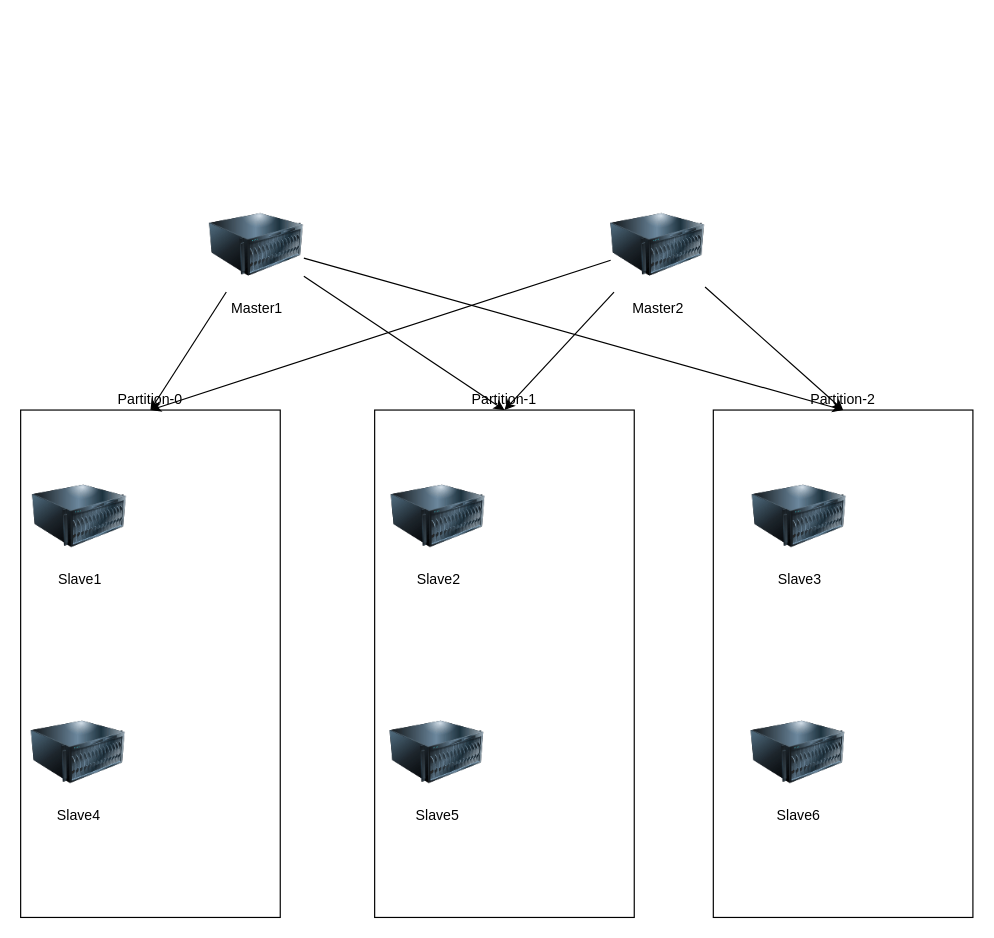
dosjia/chart keeps this draw.io diagram as distributed calculation deployment.drawio. Above is the earlier version. Source tidied: cells renumbered, new cells numbered last; positions are measured from the earlier drawing's top-left corner, leaving out a move shared by most shapes. Both pictures are drawn from the tidied source at 118%, with x=0, y=0 at pixel (20, 197).
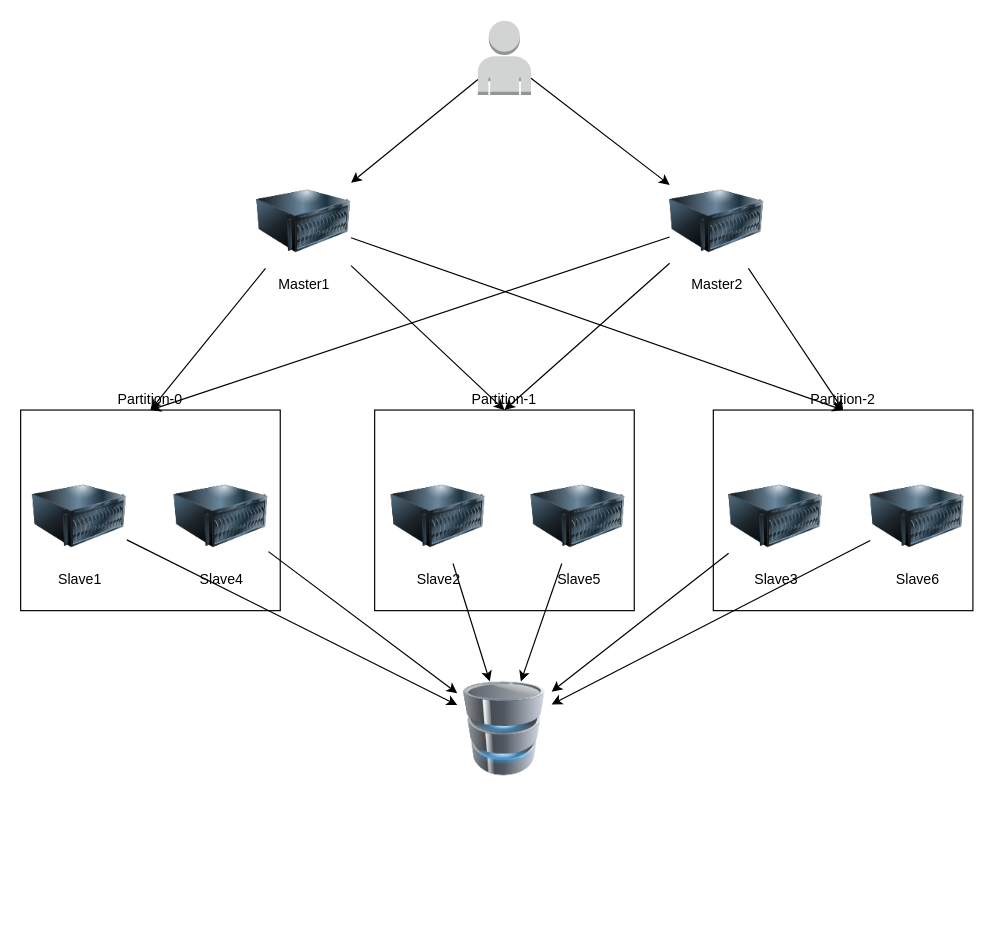
After the change.

Unchanged cells that the change refers to:
```xml
<mxCell id="4" value="Slave1" style="image;html=1;image=img/lib/clip_art/computers/Server_128x128.png;" parent="1" vertex="1">
  <mxGeometry x="10" y="230" width="80" height="80" as="geometry" />
</mxCell>
<mxCell id="5" value="&lt;div&gt;Slave2&lt;/div&gt;" style="image;html=1;image=img/lib/clip_art/computers/Server_128x128.png;" parent="1" vertex="1">
  <mxGeometry x="314" y="230" width="80" height="80" as="geometry" />
</mxCell>
```

The edit, as a diff of the source:
```diff
@@
+    <mxCell id="13" value="Partition-2" style="rounded=0;whiteSpace=wrap;html=1;fillColor=none;labelPosition=center;verticalLabelPosition=top;align=center;verticalAlign=bottom;" parent="1" vertex="1">
+      <mxGeometry x="587" y="180" width="220" height="170" as="geometry" />
+    </mxCell>
+    <mxCell id="12" value="Partition-1" style="rounded=0;whiteSpace=wrap;html=1;fillColor=none;labelPosition=center;verticalLabelPosition=top;align=center;verticalAlign=bottom;" parent="1" vertex="1">
+      <mxGeometry x="300" y="180" width="220" height="170" as="geometry" />
+    </mxCell>
+    <mxCell id="11" value="Partition-0" style="rounded=0;whiteSpace=wrap;html=1;fillColor=none;labelPosition=center;verticalLabelPosition=top;align=center;verticalAlign=bottom;" parent="1" vertex="1">
+      <mxGeometry y="180" width="220" height="170" as="geometry" />
+    </mxCell>
     <mxCell id="2" value="&lt;div&gt;Master1&lt;/div&gt;" style="image;html=1;image=img/lib/clip_art/computers/Server_128x128.png;" parent="1" vertex="1">
-      <mxGeometry x="160" width="80" height="80" as="geometry" />
+      <mxGeometry x="200" y="-20" width="80" height="80" as="geometry" />
     </mxCell>
     <mxCell id="3" value="&lt;div&gt;Master2&lt;/div&gt;" style="image;html=1;image=img/lib/clip_art/computers/Server_128x128.png;" parent="1" vertex="1">
-      <mxGeometry x="500" width="80" height="80" as="geometry" />
+      <mxGeometry x="550" y="-20" width="80" height="80" as="geometry" />
     </mxCell>
@@
     <mxCell id="6" value="&lt;div&gt;Slave3&lt;/div&gt;" style="image;html=1;image=img/lib/clip_art/computers/Server_128x128.png;" parent="1" vertex="1">
-      <mxGeometry x="620" y="230" width="80" height="80" as="geometry" />
+      <mxGeometry x="600" y="230" width="80" height="80" as="geometry" />
     </mxCell>
     <mxCell id="7" value="Slave4" style="image;html=1;image=img/lib/clip_art/computers/Server_128x128.png;" parent="1" vertex="1">
-      <mxGeometry x="9" y="430" width="80" height="80" as="geometry" />
+      <mxGeometry x="130" y="230" width="80" height="80" as="geometry" />
     </mxCell>
     <mxCell id="8" value="&lt;div&gt;Slave5&lt;/div&gt;" style="image;html=1;image=img/lib/clip_art/computers/Server_128x128.png;" parent="1" vertex="1">
-      <mxGeometry x="313" y="430" width="80" height="80" as="geometry" />
+      <mxGeometry x="432.5" y="230" width="80" height="80" as="geometry" />
     </mxCell>
     <mxCell id="9" value="&lt;div&gt;Slave6&lt;/div&gt;" style="image;html=1;image=img/lib/clip_art/computers/Server_128x128.png;" parent="1" vertex="1">
-      <mxGeometry x="619" y="430" width="80" height="80" as="geometry" />
+      <mxGeometry x="720" y="230" width="80" height="80" as="geometry" />
     </mxCell>
@@
-    <mxCell id="11" value="Partition-0" style="rounded=0;whiteSpace=wrap;html=1;fillColor=none;labelPosition=center;verticalLabelPosition=top;align=center;verticalAlign=bottom;" parent="1" vertex="1">
-      <mxGeometry y="180" width="220" height="430" as="geometry" />
-    </mxCell>
-    <mxCell id="12" value="Partition-1" style="rounded=0;whiteSpace=wrap;html=1;fillColor=none;labelPosition=center;verticalLabelPosition=top;align=center;verticalAlign=bottom;" parent="1" vertex="1">
-      <mxGeometry x="300" y="180" width="220" height="430" as="geometry" />
-    </mxCell>
-    <mxCell id="13" value="Partition-2" style="rounded=0;whiteSpace=wrap;html=1;fillColor=none;labelPosition=center;verticalLabelPosition=top;align=center;verticalAlign=bottom;" parent="1" vertex="1">
-      <mxGeometry x="587" y="180" width="220" height="430" as="geometry" />
-    </mxCell>
@@
+    <mxCell id="19" style="image;html=1;image=img/lib/clip_art/computers/Database_128x128.png;fillColor=none;" parent="1" vertex="1">
+      <mxGeometry x="370" y="410" width="80" height="80" as="geometry" />
+    </mxCell>
+    <mxCell id="20" style="endArrow=classic;html=1;rounded=0;" parent="1" edge="1" source="7" target="19">
+      <mxGeometry relative="1" as="geometry" />
+    </mxCell>
+    <mxCell id="21" style="endArrow=classic;html=1;rounded=0;" parent="1" edge="1" source="4" target="19">
+      <mxGeometry relative="1" as="geometry" />
+    </mxCell>
+    <mxCell id="22" style="endArrow=classic;html=1;rounded=0;" parent="1" edge="1" source="8" target="19">
+      <mxGeometry relative="1" as="geometry" />
+    </mxCell>
+    <mxCell id="23" style="endArrow=classic;html=1;rounded=0;" parent="1" edge="1" source="5" target="19">
+      <mxGeometry relative="1" as="geometry" />
+    </mxCell>
+    <mxCell id="24" style="endArrow=classic;html=1;rounded=0;" parent="1" edge="1" source="6" target="19">
+      <mxGeometry relative="1" as="geometry" />
+    </mxCell>
+    <mxCell id="25" style="endArrow=classic;html=1;rounded=0;" parent="1" edge="1" source="9" target="19">
+      <mxGeometry relative="1" as="geometry" />
+    </mxCell>
+    <mxCell id="26" style="outlineConnect=0;dashed=0;verticalLabelPosition=bottom;verticalAlign=top;align=center;html=1;shape=mxgraph.aws3.user;fillColor=#D2D3D3;gradientColor=none;" parent="1" vertex="1">
+      <mxGeometry x="387.5" y="-150" width="45" height="63" as="geometry" />
+    </mxCell>
+    <mxCell id="27" style="endArrow=classic;html=1;rounded=0;" parent="1" edge="1" source="26" target="2">
+      <mxGeometry relative="1" as="geometry" />
+    </mxCell>
+    <mxCell id="28" style="endArrow=classic;html=1;rounded=0;" parent="1" edge="1" source="26" target="3">
+      <mxGeometry relative="1" as="geometry" />
+    </mxCell>
```
